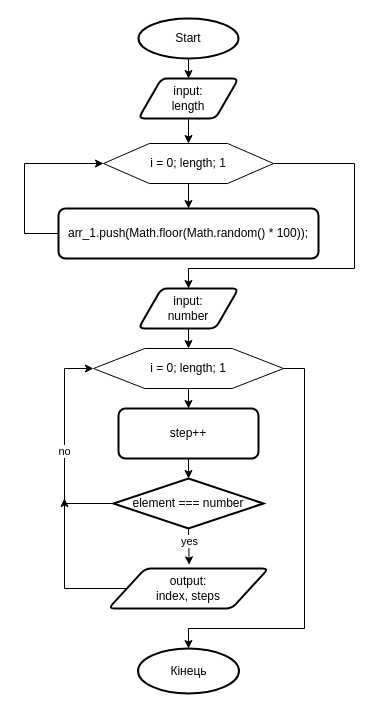
Above: diagrams/algoritms/task6.drawio in Vlas1d/Algorithms (draw.io), before the change. Source tidied: cells renumbered, new cells numbered last; positions are measured from the earlier drawing's top-left corner, leaving out a move shared by most shapes. Both pictures are drawn from the tidied source at 100%, with x=0, y=0 at pixel (24, 18).
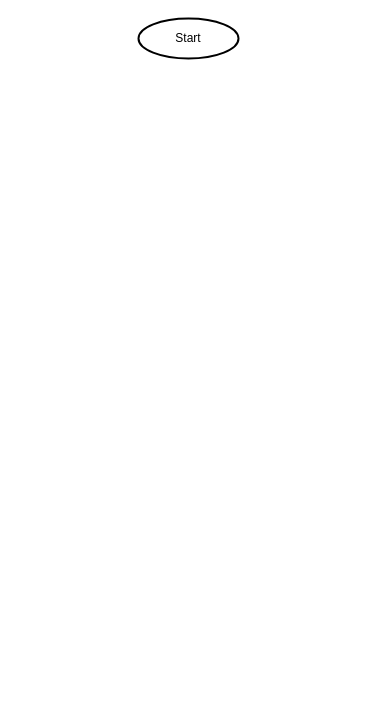
After the change.

Commit message (it also covers changes not shown here):
task 7 alg

Unchanged cells that the change refers to:
```xml
<mxCell id="2" value="Start" style="strokeWidth=2;html=1;shape=mxgraph.flowchart.start_1;whiteSpace=wrap;" parent="1" vertex="1">
  <mxGeometry x="114" width="100" height="40" as="geometry" />
</mxCell>
```

Diff of the diagram source:
```diff
@@
-    <mxCell id="3" value="input:&lt;br&gt;length" style="shape=parallelogram;html=1;strokeWidth=2;perimeter=parallelogramPerimeter;whiteSpace=wrap;rounded=1;arcSize=12;size=0.23;" parent="1" vertex="1">
-      <mxGeometry x="114" y="60" width="100" height="40" as="geometry" />
-    </mxCell>
-    <mxCell id="4" style="verticalLabelPosition=bottom;verticalAlign=top;html=1;shape=hexagon;perimeter=hexagonPerimeter2;arcSize=6;size=0.27;" parent="1" vertex="1">
-      <mxGeometry x="79" y="125" width="170" height="40" as="geometry" />
-    </mxCell>
-    <mxCell id="5" value="i = 0; length; 1" style="text;html=1;strokeColor=none;fillColor=none;align=center;verticalAlign=middle;whiteSpace=wrap;rounded=0;" parent="1" vertex="1">
-      <mxGeometry x="119" y="130" width="90" height="30" as="geometry" />
-    </mxCell>
-    <mxCell id="6" value="arr_1.push(Math.floor(Math.random() * 100));" style="rounded=1;whiteSpace=wrap;html=1;absoluteArcSize=1;arcSize=14;strokeWidth=2;" parent="1" vertex="1">
-      <mxGeometry x="34" y="190" width="260" height="50" as="geometry" />
-    </mxCell>
-    <mxCell id="7" style="endArrow=classic;html=1;rounded=0;" parent="1" edge="1" source="2" target="3">
-      <mxGeometry relative="1" as="geometry" />
-    </mxCell>
-    <mxCell id="8" style="endArrow=classic;html=1;rounded=0;entryX=0.5;entryY=0;entryDx=0;entryDy=0;" parent="1" edge="1" source="3" target="4">
-      <mxGeometry relative="1" as="geometry" />
-    </mxCell>
-    <mxCell id="9" style="endArrow=classic;html=1;rounded=0;exitX=0.5;exitY=1;exitDx=0;exitDy=0;entryX=0.5;entryY=0;entryDx=0;entryDy=0;" parent="1" edge="1" source="4" target="6">
-      <mxGeometry relative="1" as="geometry" />
-    </mxCell>
-    <mxCell id="10" style="endArrow=classic;html=1;rounded=0;exitX=0;exitY=0.5;exitDx=0;exitDy=0;entryX=0;entryY=0.5;entryDx=0;entryDy=0;" parent="1" edge="1" source="6" target="4">
-      <mxGeometry relative="1" as="geometry">
-        <Array as="points">
-          <mxPoint y="215" />
-          <mxPoint y="145" />
-        </Array>
-      </mxGeometry>
-    </mxCell>
-    <mxCell id="11" style="endArrow=classic;html=1;rounded=0;exitX=1;exitY=0.5;exitDx=0;exitDy=0;entryX=0.5;entryY=0;entryDx=0;entryDy=0;" parent="1" edge="1" source="4" target="12">
-      <mxGeometry relative="1" as="geometry">
-        <Array as="points">
-          <mxPoint x="330" y="145" />
-          <mxPoint x="330" y="250" />
-          <mxPoint x="164" y="250" />
-        </Array>
-      </mxGeometry>
-    </mxCell>
-    <mxCell id="12" value="input:&lt;br&gt;number" style="shape=parallelogram;html=1;strokeWidth=2;perimeter=parallelogramPerimeter;whiteSpace=wrap;rounded=1;arcSize=12;size=0.23;" parent="1" vertex="1">
-      <mxGeometry x="114" y="270" width="100" height="40" as="geometry" />
-    </mxCell>
-    <mxCell id="13" style="verticalLabelPosition=bottom;verticalAlign=top;html=1;shape=hexagon;perimeter=hexagonPerimeter2;arcSize=6;size=0.27;" parent="1" vertex="1">
-      <mxGeometry x="69" y="330" width="190" height="40" as="geometry" />
-    </mxCell>
-    <mxCell id="14" value="i = 0; length; 1" style="text;html=1;strokeColor=none;fillColor=none;align=center;verticalAlign=middle;whiteSpace=wrap;rounded=0;" parent="1" vertex="1">
-      <mxGeometry x="114" y="335" width="100" height="30" as="geometry" />
-    </mxCell>
-    <mxCell id="15" style="endArrow=classic;html=1;rounded=0;exitX=0.5;exitY=1;exitDx=0;exitDy=0;" parent="1" edge="1" source="12">
-      <mxGeometry relative="1" as="geometry">
-        <mxPoint x="164" y="330" as="targetPoint" />
-      </mxGeometry>
-    </mxCell>
-    <mxCell id="16" value="element === number" style="strokeWidth=2;html=1;shape=mxgraph.flowchart.decision;whiteSpace=wrap;" parent="1" vertex="1">
-      <mxGeometry x="89" y="460" width="150" height="50" as="geometry" />
-    </mxCell>
-    <mxCell id="17" style="endArrow=classic;html=1;rounded=0;exitX=0.5;exitY=1;exitDx=0;exitDy=0;exitPerimeter=0;entryX=0.504;entryY=-0.092;entryDx=0;entryDy=0;entryPerimeter=0;" parent="1" edge="1" source="16" target="19">
-      <mxGeometry relative="1" as="geometry" />
-    </mxCell>
-    <mxCell id="18" value="yes" style="edgeLabel;html=1;align=center;verticalAlign=middle;" parent="17" vertex="1">
-      <mxGeometry x="-0.28" relative="1" as="geometry" />
-    </mxCell>
-    <mxCell id="19" value="output:&lt;br&gt;index, steps" style="shape=parallelogram;html=1;strokeWidth=2;perimeter=parallelogramPerimeter;whiteSpace=wrap;rounded=1;arcSize=12;size=0.23;" parent="1" vertex="1">
-      <mxGeometry x="84" y="550" width="160" height="40" as="geometry" />
-    </mxCell>
-    <mxCell id="20" value="Кінець" style="strokeWidth=2;html=1;shape=mxgraph.flowchart.start_2;whiteSpace=wrap;" parent="1" vertex="1">
-      <mxGeometry x="113.5" y="630" width="101" height="45" as="geometry" />
-    </mxCell>
-    <mxCell id="21" value="step++" style="rounded=1;whiteSpace=wrap;html=1;absoluteArcSize=1;arcSize=14;strokeWidth=2;" parent="1" vertex="1">
-      <mxGeometry x="94" y="390" width="140" height="50" as="geometry" />
-    </mxCell>
-    <mxCell id="22" style="endArrow=classic;html=1;rounded=0;exitX=0.5;exitY=1;exitDx=0;exitDy=0;" parent="1" edge="1" source="13" target="21">
-      <mxGeometry relative="1" as="geometry" />
-    </mxCell>
-    <mxCell id="23" style="endArrow=classic;html=1;rounded=0;exitX=0.5;exitY=1;exitDx=0;exitDy=0;entryX=0.5;entryY=0;entryDx=0;entryDy=0;entryPerimeter=0;" parent="1" edge="1" source="21" target="16">
-      <mxGeometry relative="1" as="geometry" />
-    </mxCell>
-    <mxCell id="24" style="endArrow=classic;html=1;rounded=0;exitX=0;exitY=0.5;exitDx=0;exitDy=0;exitPerimeter=0;entryX=0;entryY=0.5;entryDx=0;entryDy=0;" parent="1" edge="1" source="16" target="13">
-      <mxGeometry relative="1" as="geometry">
-        <Array as="points">
-          <mxPoint x="40" y="485" />
-          <mxPoint x="40" y="350" />
-        </Array>
-      </mxGeometry>
-    </mxCell>
-    <mxCell id="25" value="no" style="edgeLabel;html=1;align=center;verticalAlign=middle;" parent="24" vertex="1">
-      <mxGeometry x="-0.04" y="1" relative="1" as="geometry" />
-    </mxCell>
-    <mxCell id="26" style="endArrow=classic;html=1;rounded=0;exitX=0;exitY=0.5;exitDx=0;exitDy=0;" parent="1" edge="1" source="19">
-      <mxGeometry relative="1" as="geometry">
-        <mxPoint x="40" y="480" as="targetPoint" />
-        <Array as="points">
-          <mxPoint x="40" y="570" />
-        </Array>
-      </mxGeometry>
-    </mxCell>
-    <mxCell id="27" style="endArrow=classic;html=1;rounded=0;exitX=1;exitY=0.5;exitDx=0;exitDy=0;entryX=0.5;entryY=0;entryDx=0;entryDy=0;entryPerimeter=0;" parent="1" edge="1" source="13" target="20">
-      <mxGeometry relative="1" as="geometry">
-        <Array as="points">
-          <mxPoint x="280" y="350" />
-          <mxPoint x="280" y="610" />
-          <mxPoint x="164" y="610" />
-        </Array>
-      </mxGeometry>
-    </mxCell>
```
